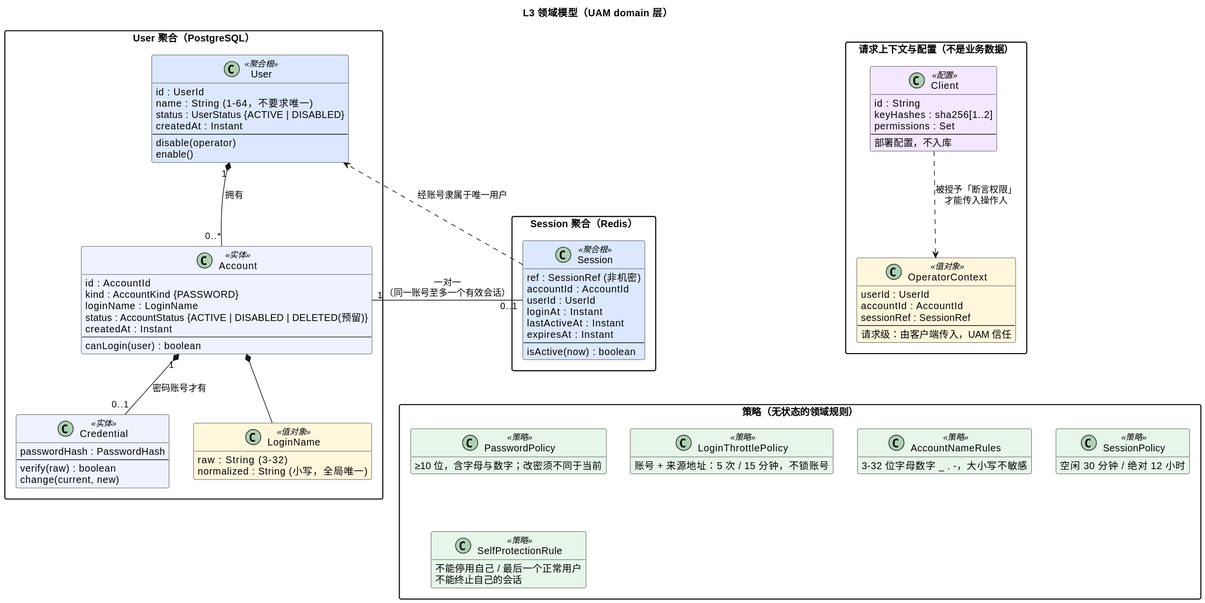
Before: docs/system-design/diagrams/domain-class.svg, a diagram exported from PlantUML (xiayy860612/tech-toolkit). Source of this version:
```plantuml
@startuml
title L3 领域模型（UAM domain 层）

hide empty members
skinparam classAttributeIconSize 0
skinparam packageStyle rectangle
skinparam shadowing false
skinparam class {
  BackgroundColor<<聚合根>> #DCE8FF
  BackgroundColor<<实体>> #EEF3FF
  BackgroundColor<<值对象>> #FFF7DC
  BackgroundColor<<策略>> #E8F6EA
  BackgroundColor<<配置>> #F3E8FF
}

package "User 聚合（PostgreSQL）" {
  class User <<聚合根>> {
    id : UserId
    name : String  (1-64，不要求唯一)
    status : UserStatus  {ACTIVE | DISABLED}
    createdAt : Instant
    --
    disable(operator)
    enable()
  }
  class Account <<实体>> {
    id : AccountId
    kind : AccountKind  {PASSWORD}
    loginName : LoginName
    status : AccountStatus  {ACTIVE | DISABLED | DELETED(预留)}
    createdAt : Instant
    --
    canLogin(user) : boolean
  }
  class Credential <<实体>> {
    passwordHash : PasswordHash
    --
    verify(raw) : boolean
    change(current, new)
  }
  class LoginName <<值对象>> {
    raw : String  (3-32)
    normalized : String  (小写，全局唯一)
  }
}

package "Session 聚合（Redis）" {
  class Session <<聚合根>> {
    ref : SessionRef  (非机密)
    accountId : AccountId
    userId : UserId
    loginAt : Instant
    lastActiveAt : Instant
    expiresAt : Instant
    --
    isActive(now) : boolean
  }
}

package "请求上下文与配置（不是业务数据）" {
  class OperatorContext <<值对象>> {
    userId : UserId
    accountId : AccountId
    sessionRef : SessionRef
    --
    请求级：由客户端传入，UAM 信任
  }
  class Client <<配置>> {
    id : String
    keyHashes : sha256[1..2]
    permissions : Set
    --
    部署配置，不入库
  }
}

package "策略（无状态的领域规则）" {
  class AccountNameRules <<策略>> {
    3-32 位字母数字 _ . -，大小写不敏感
  }
  class PasswordPolicy <<策略>> {
    ≥10 位，含字母与数字；改密须不同于当前
  }
  class SessionPolicy <<策略>> {
    空闲 30 分钟 / 绝对 12 小时
  }
  class LoginThrottlePolicy <<策略>> {
    账号 + 来源地址：5 次 / 15 分钟，不锁账号
  }
  class SelfProtectionRule <<策略>> {
    不能停用自己 / 最后一个正常用户
    不能终止自己的会话
  }
}

User "1" *-- "0..*" Account : 拥有
Account "1" *-- "0..1" Credential : 密码账号才有
Account *-- LoginName
Account "1" -- "0..1" Session : 一对一\n（同一账号至多一个有效会话）
Session ..> User : 经账号隶属于唯一用户

Client ..> OperatorContext : 被授予「断言权限」\n才能传入操作人

Account -[hidden]down- AccountNameRules
Session -[hidden]down- SessionPolicy
@enduml
```
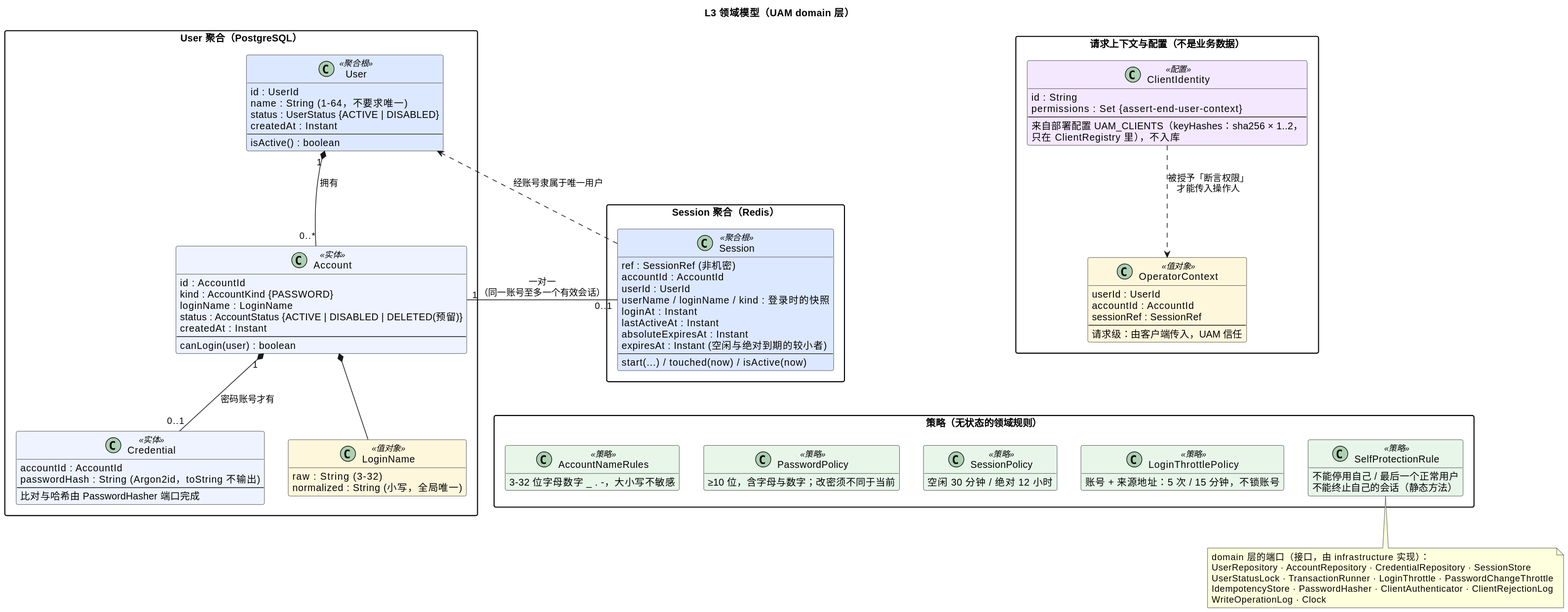
The same file after the commit.

Diff of the diagram source:
```diff
@@ -20,8 +20,7 @@
     status : UserStatus  {ACTIVE | DISABLED}
     createdAt : Instant
     --
-    disable(operator)
-    enable()
+    isActive() : boolean
   }
   class Account <<实体>> {
     id : AccountId
@@ -33,10 +32,10 @@
     canLogin(user) : boolean
   }
   class Credential <<实体>> {
-    passwordHash : PasswordHash
+    accountId : AccountId
+    passwordHash : String  (Argon2id，toString 不输出)
     --
-    verify(raw) : boolean
-    change(current, new)
+    比对与哈希由 PasswordHasher 端口完成
   }
   class LoginName <<值对象>> {
     raw : String  (3-32)
@@ -49,11 +48,13 @@
     ref : SessionRef  (非机密)
     accountId : AccountId
     userId : UserId
+    userName / loginName / kind : 登录时的快照
     loginAt : Instant
     lastActiveAt : Instant
-    expiresAt : Instant
+    absoluteExpiresAt : Instant
+    expiresAt : Instant  (空闲与绝对到期的较小者)
     --
-    isActive(now) : boolean
+    start(...) / touched(now) / isActive(now)
   }
 }
 
@@ -65,12 +66,12 @@
     --
     请求级：由客户端传入，UAM 信任
   }
-  class Client <<配置>> {
+  class ClientIdentity <<配置>> {
     id : String
-    keyHashes : sha256[1..2]
-    permissions : Set
+    permissions : Set  {assert-end-user-context}
     --
-    部署配置，不入库
+    来自部署配置 UAM_CLIENTS（keyHashes：sha256 × 1..2，
+    只在 ClientRegistry 里），不入库
   }
 }
 
@@ -89,7 +90,7 @@
   }
   class SelfProtectionRule <<策略>> {
     不能停用自己 / 最后一个正常用户
-    不能终止自己的会话
+    不能终止自己的会话（静态方法）
   }
 }
 
@@ -99,8 +100,16 @@
 Account "1" -- "0..1" Session : 一对一\n（同一账号至多一个有效会话）
 Session ..> User : 经账号隶属于唯一用户
 
-Client ..> OperatorContext : 被授予「断言权限」\n才能传入操作人
+ClientIdentity ..> OperatorContext : 被授予「断言权限」\n才能传入操作人
 
 Account -[hidden]down- AccountNameRules
 Session -[hidden]down- SessionPolicy
+
+note bottom of SelfProtectionRule
+  domain 层的端口（接口，由 infrastructure 实现）：
+  UserRepository · AccountRepository · CredentialRepository · SessionStore
+  UserStatusLock · TransactionRunner · LoginThrottle · PasswordChangeThrottle
+  IdempotencyStore · PasswordHasher · ClientAuthenticator · ClientRejectionLog
+  WriteOperationLog · Clock
+end note
 @enduml
```
